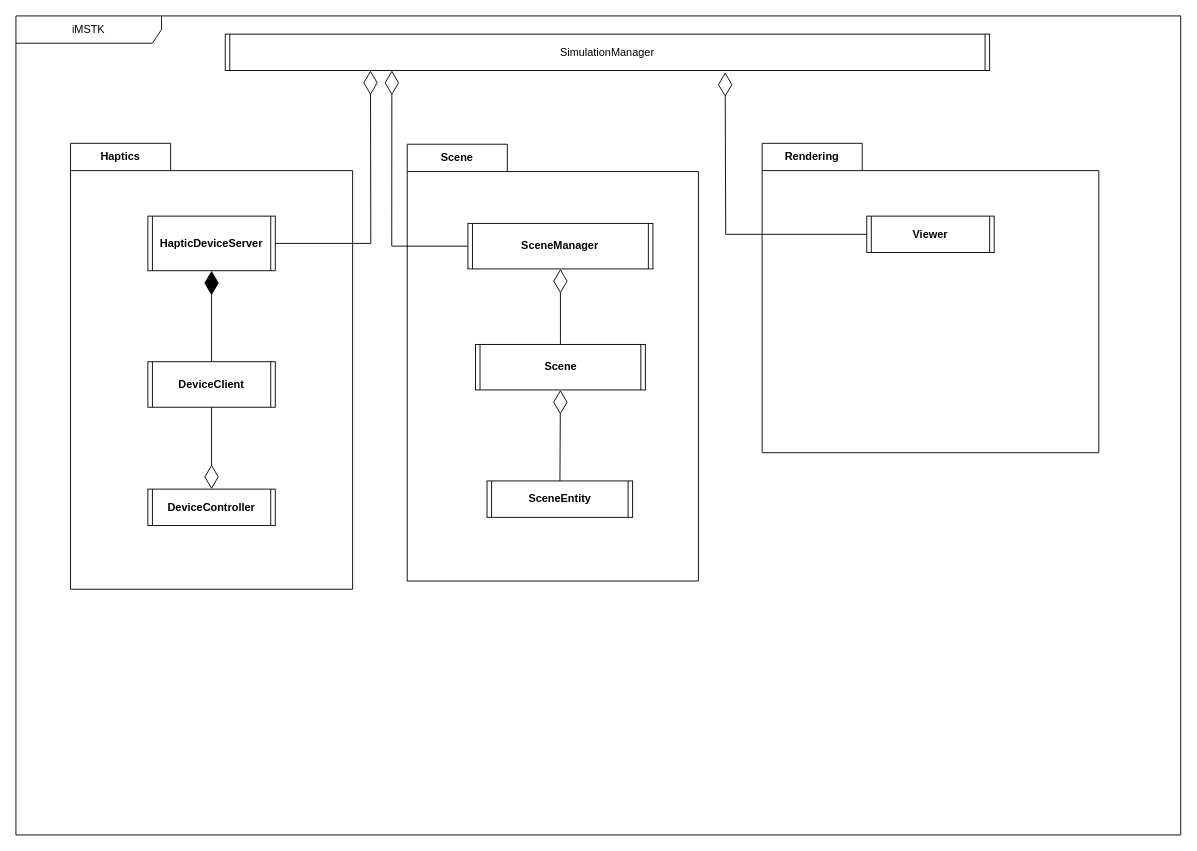
This is CAS/Drawio/Simulation-Manager.drawio from robotics-intelligent-systems/jfxrss, a draw.io file, before an edit. Source tidied: cells renumbered, new cells numbered last; positions are measured from the earlier drawing's top-left corner, leaving out a move shared by most shapes. Both pictures are drawn from the tidied source at 91%, with x=0, y=0 at pixel (15, 15).
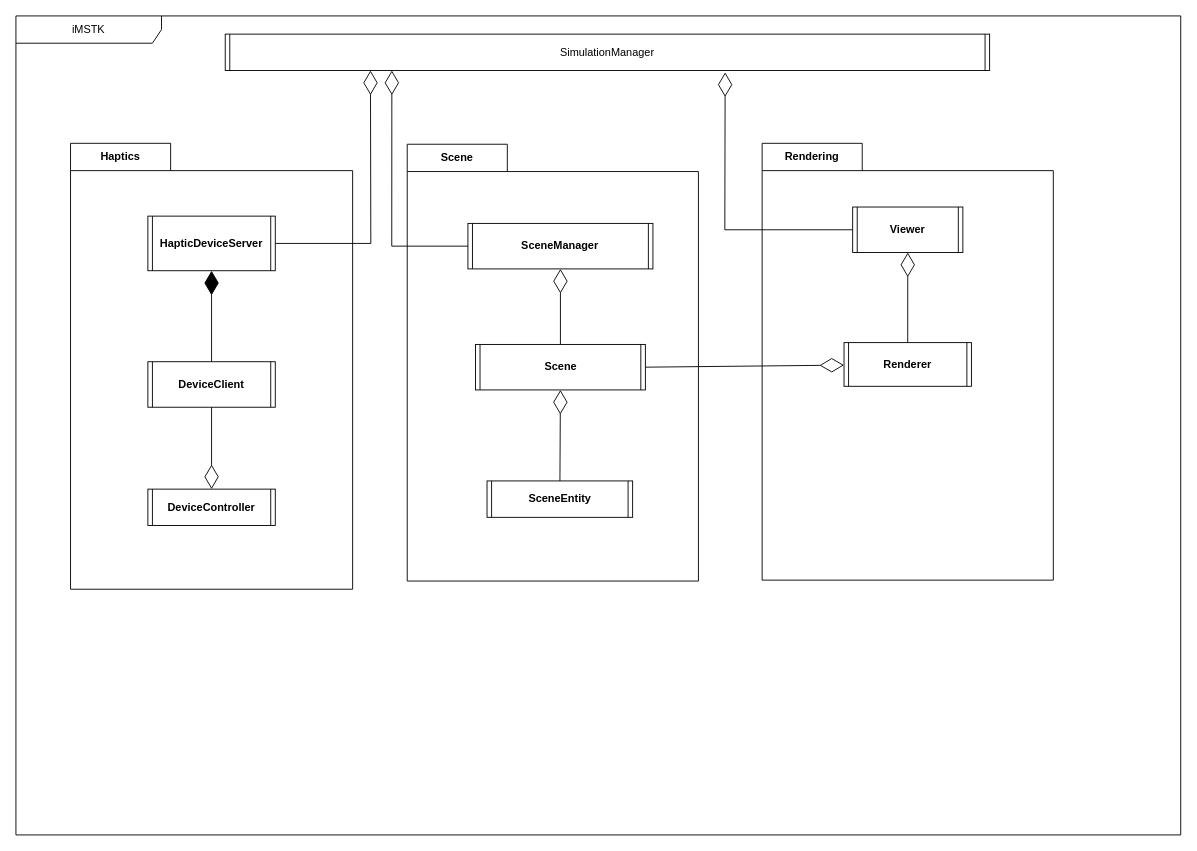
The same page after the edit.

Commit message:
[fix] Including renderer classifier

The change refers to these unchanged cells:
```xml
<mxCell id="2" value="iMSTK" style="shape=umlFrame;whiteSpace=wrap;html=1;width=160;" parent="1" vertex="1">
  <mxGeometry width="1280" height="900" as="geometry" />
</mxCell>
<mxCell id="11" value="Scene" style="shape=process2;fixedSize=1;size=5;fontStyle=1;html=1;whiteSpace=wrap;" parent="9" vertex="1">
  <mxGeometry x="75" y="220" width="186.7" height="50" as="geometry" />
</mxCell>
<mxCell id="15" value="&lt;span style=&quot;font-weight: 400;&quot;&gt;SimulationManager&lt;/span&gt;" style="shape=process2;fixedSize=1;size=5;fontStyle=1;html=1;whiteSpace=wrap;" parent="2" vertex="1">
  <mxGeometry x="230" y="20" width="840" height="40" as="geometry" />
</mxCell>
```

What changed in the source:
```diff
@@
     <mxCell id="18" value="Rendering" style="shape=folder;fontStyle=1;tabWidth=110;tabHeight=30;tabPosition=left;html=1;boundedLbl=1;labelInHeader=1;whiteSpace=wrap;" parent="2" vertex="1">
-      <mxGeometry x="820" y="140" width="370" height="340" as="geometry" />
+      <mxGeometry x="820" y="140" width="320" height="480" as="geometry" />
     </mxCell>
     <mxCell id="19" value="Viewer" style="shape=process2;fixedSize=1;size=5;fontStyle=1;html=1;whiteSpace=wrap;" parent="18" vertex="1">
-      <mxGeometry x="115" y="80" width="140" height="40" as="geometry" />
+      <mxGeometry x="99.5" y="70" width="121.1" height="50" as="geometry" />
     </mxCell>
+    <mxCell id="21" value="Renderer" style="shape=process2;fixedSize=1;size=5;fontStyle=1;html=1;whiteSpace=wrap;" parent="18" vertex="1">
+      <mxGeometry x="90" y="219" width="140" height="48" as="geometry" />
+    </mxCell>
+    <mxCell id="22" style="endArrow=diamondThin;endFill=0;endSize=24;html=1;rounded=0;entryX=0.5;entryY=1;entryDx=0;entryDy=0;exitX=0.5;exitY=0;exitDx=0;exitDy=0;" parent="18" edge="1" source="21" target="19">
+      <mxGeometry relative="1" as="geometry" />
+    </mxCell>
     <mxCell id="20" style="endArrow=diamondThin;endFill=0;endSize=24;html=1;rounded=0;entryX=0.654;entryY=1.05;entryDx=0;entryDy=0;entryPerimeter=0;exitX=0;exitY=0.5;exitDx=0;exitDy=0;" parent="2" edge="1" source="19" target="15">
       <mxGeometry relative="1" as="geometry">
         <Array as="points">
-          <mxPoint x="780" y="240" />
+          <mxPoint x="779" y="235" />
         </Array>
       </mxGeometry>
     </mxCell>
+    <mxCell id="23" style="endArrow=diamondThin;endFill=0;endSize=24;html=1;rounded=0;exitX=1;exitY=0.5;exitDx=0;exitDy=0;" parent="2" edge="1" source="11" target="21">
+      <mxGeometry relative="1" as="geometry" />
+    </mxCell>
```
